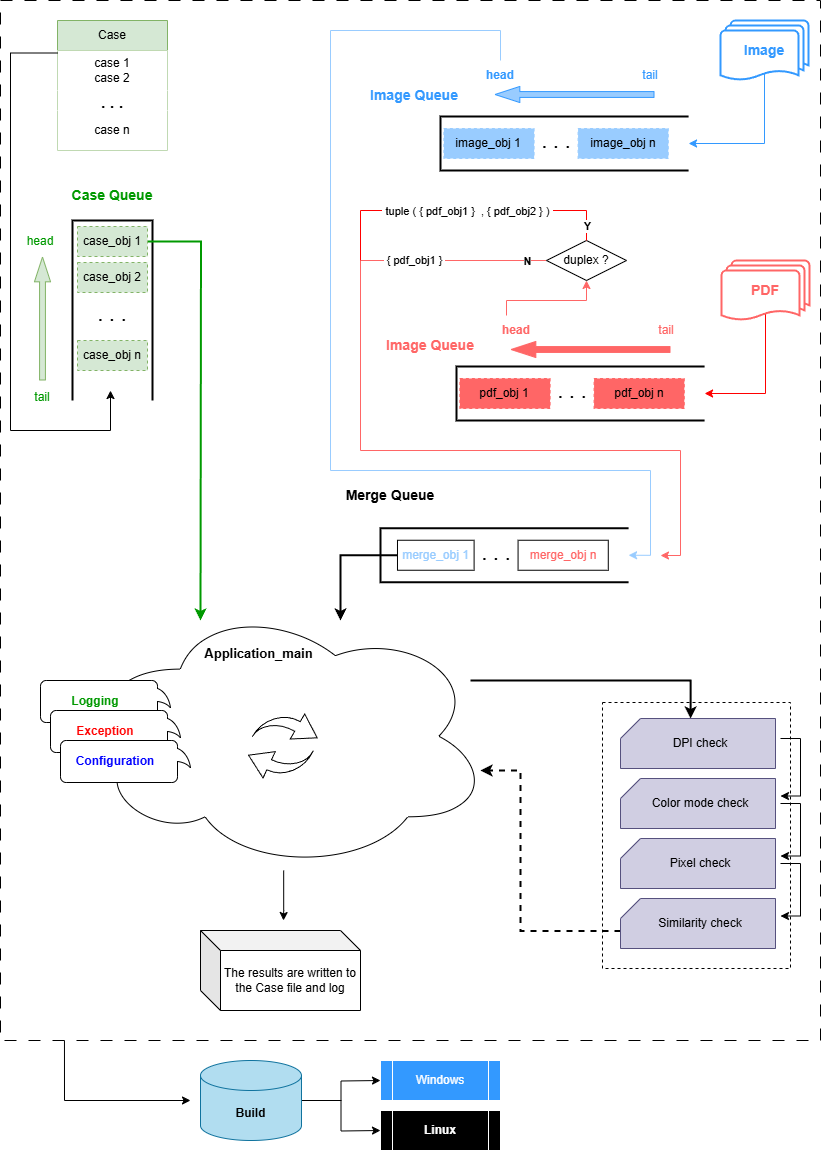
Above: Hannto.drawio.png in M3Darren/Draw.io (draw.io), before the change. Source tidied: cells renumbered, new cells last; positions are measured from the earlier drawing's top-left corner, leaving out a move shared by most shapes.
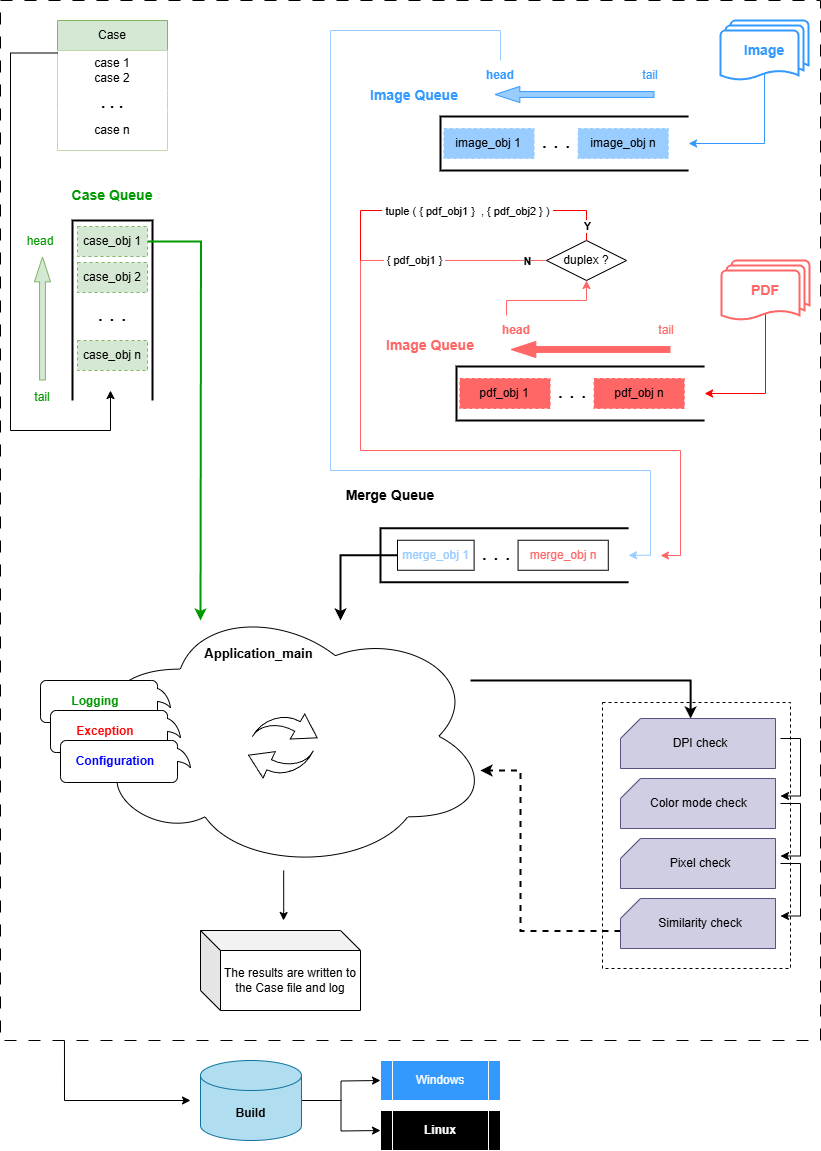
Later version of the same file.

Diff of the diagram source:
```diff
@@ -292,7 +292,7 @@
     <mxCell id="74" style="verticalLabelPosition=bottom;verticalAlign=top;html=1;shape=card;whiteSpace=wrap;size=20;arcSize=12;fillColor=#d0cee2;strokeColor=#56517e;" parent="73" vertex="1">
       <mxGeometry width="155" height="50" as="geometry" />
     </mxCell>
-    <mxCell id="75" value="Color mode check" style="text;html=1;align=center;verticalAlign=middle;whiteSpace=wrap;rounded=0;fillColor=none;" parent="73" vertex="1">
+    <mxCell id="75" value="Color mode check&amp;nbsp;" style="text;html=1;align=center;verticalAlign=middle;whiteSpace=wrap;rounded=0;fillColor=none;" parent="73" vertex="1">
       <mxGeometry y="10" width="160" height="30" as="geometry" />
     </mxCell>
     <mxCell id="76" style="group;" parent="68" vertex="1">
```
